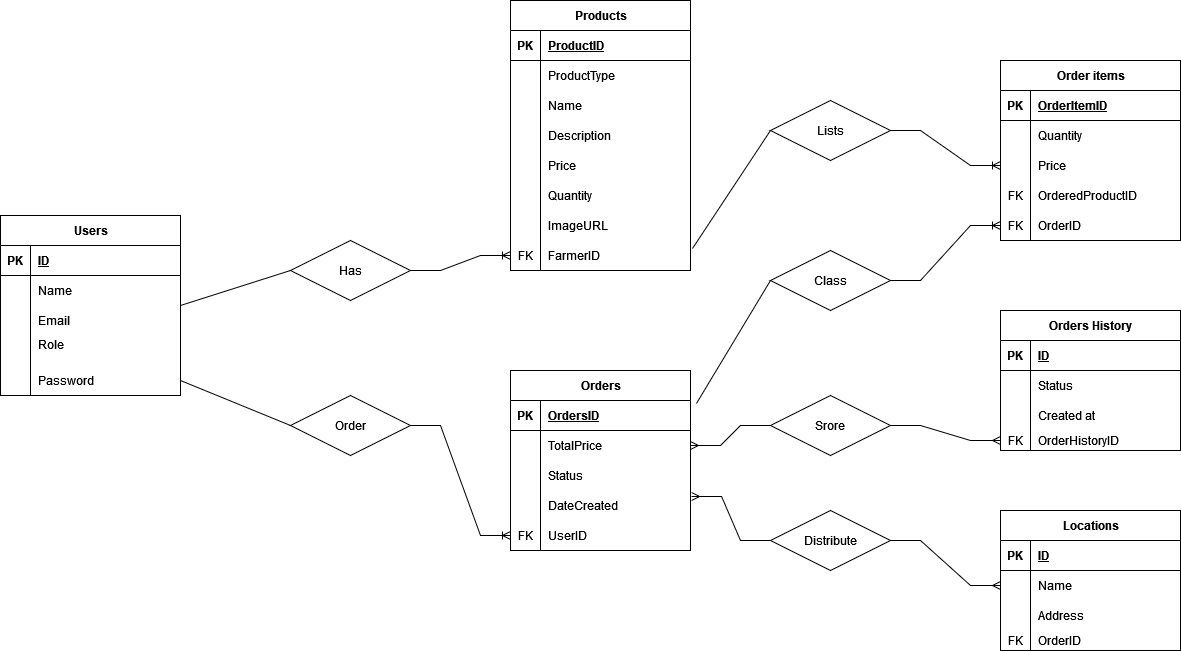
safwanx/Agrarian-Pantry keeps this draw.io diagram as misc/ERD.png. Above is the earlier version. Source tidied: cells renumbered, new cells last; positions are measured from the earlier drawing's top-left corner, leaving out a move shared by most shapes.
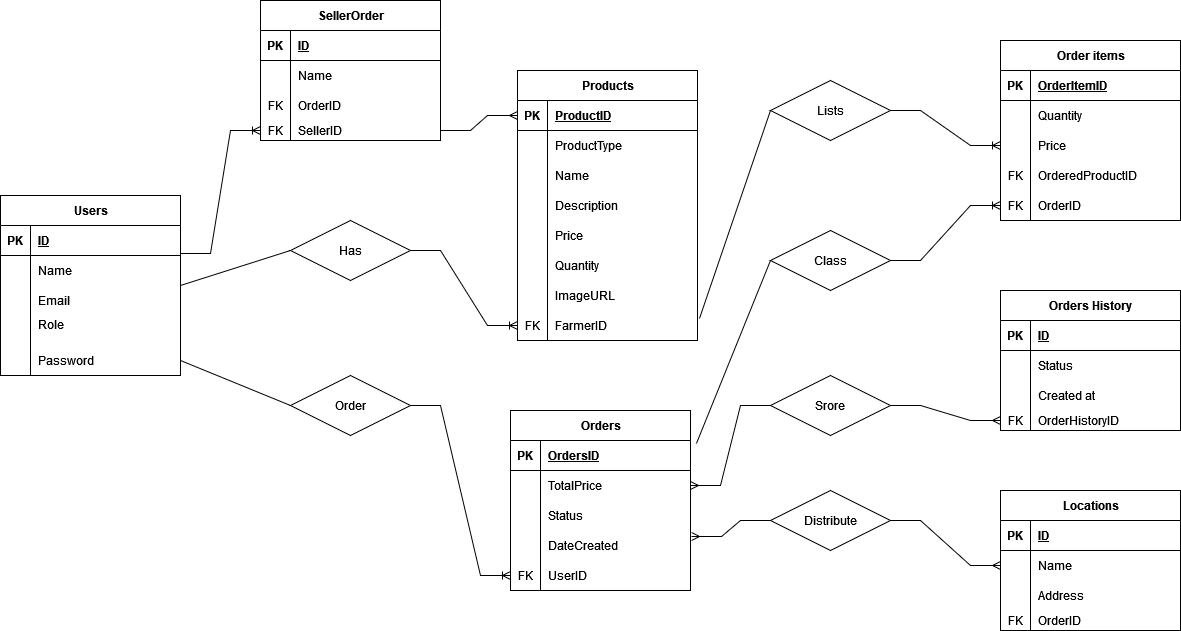
The same file after the commit.

Commit message:
Added Seller_Order to ERD

The edit, as a diff of the source:
```diff
@@ -51,7 +51,7 @@
       <mxGeometry x="30" width="150" height="30" as="geometry" />
     </mxCell>
     <mxCell id="18" value="Products" style="shape=table;startSize=30;rowLines=0;fontStyle=1;align=center;html=1;" parent="1" vertex="1">
-      <mxGeometry x="510" width="180" height="270" as="geometry" />
+      <mxGeometry x="517" y="90" width="180" height="270" as="geometry" />
     </mxCell>
     <mxCell id="19" style="shape=tableRow;horizontal=0;startSize=0;swimlaneHead=0;swimlaneBody=0;fillColor=none;points=[[0,0.5],[1,0.5]];portConstraint=eastwest;top=0;left=0;right=0;bottom=1;" parent="18" vertex="1">
       <mxGeometry y="30" width="180" height="30" as="geometry" />
@@ -126,7 +126,7 @@
       <mxGeometry x="30" width="150" height="30" as="geometry" />
     </mxCell>
     <mxCell id="43" value="Orders" style="shape=table;startSize=30;rowLines=0;fontStyle=1;align=center;html=1;" parent="1" vertex="1">
-      <mxGeometry x="510" y="370" width="180" height="180" as="geometry" />
+      <mxGeometry x="510" y="430" width="180" height="180" as="geometry" />
     </mxCell>
     <mxCell id="44" style="shape=tableRow;horizontal=0;startSize=0;swimlaneHead=0;swimlaneBody=0;fillColor=none;points=[[0,0.5],[1,0.5]];portConstraint=eastwest;top=0;left=0;right=0;bottom=1;" parent="43" vertex="1">
       <mxGeometry y="30" width="180" height="30" as="geometry" />
@@ -387,5 +387,64 @@
         </Array>
       </mxGeometry>
     </mxCell>
+    <mxCell id="119" value="SellerOrder" style="shape=table;startSize=30;rowLines=0;fontStyle=1;align=center;html=1;" parent="1" vertex="1">
+      <mxGeometry x="260" y="20" width="180" height="140" as="geometry" />
+    </mxCell>
+    <mxCell id="120" style="shape=tableRow;horizontal=0;startSize=0;swimlaneHead=0;swimlaneBody=0;fillColor=none;top=0;left=0;right=0;bottom=1;" parent="119" vertex="1">
+      <mxGeometry y="30" width="180" height="30" as="geometry" />
+    </mxCell>
+    <mxCell id="121" value="PK" style="shape=partialRectangle;fillColor=none;top=0;left=0;bottom=0;right=0;fontStyle=1;overflow=hidden;whiteSpace=wrap;html=1;" parent="120" vertex="1">
+      <mxGeometry width="30" height="30" as="geometry" />
+    </mxCell>
+    <mxCell id="122" value="ID" style="shape=partialRectangle;fillColor=none;top=0;left=0;bottom=0;right=0;align=left;spacingLeft=6;fontStyle=5;overflow=hidden;whiteSpace=wrap;html=1;" parent="120" vertex="1">
+      <mxGeometry x="30" width="150" height="30" as="geometry" />
+    </mxCell>
+    <mxCell id="123" style="shape=tableRow;horizontal=0;startSize=0;swimlaneHead=0;swimlaneBody=0;fillColor=none;top=0;left=0;right=0;bottom=0;" parent="119" vertex="1">
+      <mxGeometry y="60" width="180" height="30" as="geometry" />
+    </mxCell>
+    <mxCell id="124" style="shape=partialRectangle;fillColor=none;top=0;left=0;bottom=0;right=0;overflow=hidden;whiteSpace=wrap;html=1;" parent="123" vertex="1">
+      <mxGeometry width="30" height="30" as="geometry" />
+    </mxCell>
+    <mxCell id="125" value="Name" style="shape=partialRectangle;fillColor=none;top=0;left=0;bottom=0;right=0;align=left;spacingLeft=6;overflow=hidden;whiteSpace=wrap;html=1;" parent="123" vertex="1">
+      <mxGeometry x="30" width="150" height="30" as="geometry" />
+    </mxCell>
+    <mxCell id="126" style="shape=tableRow;horizontal=0;startSize=0;swimlaneHead=0;swimlaneBody=0;fillColor=none;top=0;left=0;right=0;bottom=0;" parent="119" vertex="1">
+      <mxGeometry y="90" width="180" height="30" as="geometry" />
+    </mxCell>
+    <mxCell id="127" value="FK" style="shape=partialRectangle;fillColor=none;top=0;left=0;bottom=0;right=0;overflow=hidden;whiteSpace=wrap;html=1;" parent="126" vertex="1">
+      <mxGeometry width="30" height="30" as="geometry" />
+    </mxCell>
+    <mxCell id="128" value="OrderID" style="shape=partialRectangle;fillColor=none;top=0;left=0;bottom=0;right=0;align=left;spacingLeft=6;overflow=hidden;whiteSpace=wrap;html=1;" parent="126" vertex="1">
+      <mxGeometry x="30" width="150" height="30" as="geometry" />
+    </mxCell>
+    <mxCell id="129" style="shape=tableRow;horizontal=0;startSize=0;swimlaneHead=0;swimlaneBody=0;fillColor=none;points=[[0,0.5],[1,0.5]];portConstraint=eastwest;top=0;left=0;right=0;bottom=0;" parent="119" vertex="1">
+      <mxGeometry y="120" width="180" height="20" as="geometry" />
+    </mxCell>
+    <mxCell id="130" value="FK" style="shape=partialRectangle;fillColor=none;top=0;left=0;bottom=0;right=0;overflow=hidden;whiteSpace=wrap;html=1;" parent="129" vertex="1">
+      <mxGeometry width="30" height="20" as="geometry" />
+    </mxCell>
+    <mxCell id="131" value="SellerID" style="shape=partialRectangle;fillColor=none;top=0;left=0;bottom=0;right=0;align=left;spacingLeft=6;overflow=hidden;whiteSpace=wrap;html=1;" parent="129" vertex="1">
+      <mxGeometry x="30" width="150" height="20" as="geometry" />
+    </mxCell>
+    <mxCell id="132" style="edgeStyle=entityRelationEdgeStyle;fontSize=12;html=1;endArrow=ERoneToMany;rounded=0;entryX=0;entryY=0.5;entryDx=0;entryDy=0;exitX=1;exitY=0.933;exitDx=0;exitDy=0;exitPerimeter=0;" parent="1" edge="1" source="3" target="129">
+      <mxGeometry relative="1" as="geometry">
+        <Array as="points">
+          <mxPoint x="370" y="575" />
+          <mxPoint x="340" y="595" />
+          <mxPoint x="330" y="585" />
+          <mxPoint x="330" y="555" />
+          <mxPoint x="380" y="475" />
+          <mxPoint x="390" y="495" />
+        </Array>
+      </mxGeometry>
+    </mxCell>
+    <mxCell id="133" style="edgeStyle=entityRelationEdgeStyle;fontSize=12;html=1;endArrow=ERmany;rounded=0;entryX=0;entryY=0.5;entryDx=0;entryDy=0;exitX=1;exitY=0.5;exitDx=0;exitDy=0;" parent="1" edge="1" target="19">
+      <mxGeometry relative="1" as="geometry">
+        <mxPoint x="440" y="150" as="sourcePoint" />
+        <Array as="points">
+          <mxPoint x="280" y="234" />
+        </Array>
+      </mxGeometry>
+    </mxCell>
   </root>
 </mxGraphModel>
```
